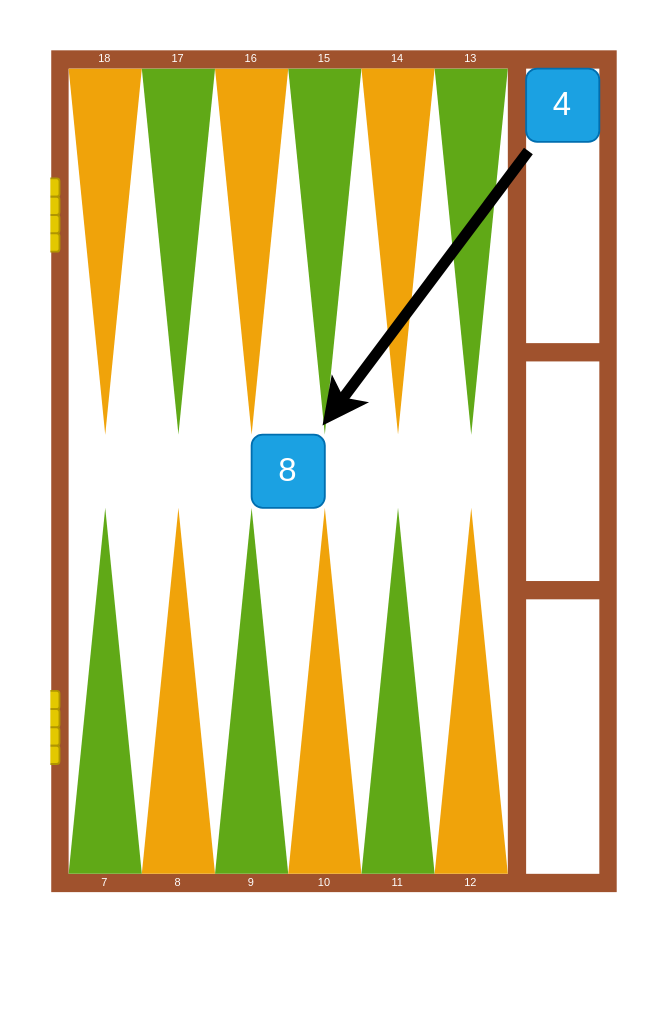
Earlier version of the draw.io diagram page "Kość w grze" (12 of 12) of schematy.drawio (damjes/nardy-zasady). Source tidied: cells renumbered, new cells numbered last; positions are measured from the earlier drawing's top-left corner, leaving out a move shared by most shapes. Both pictures are drawn from the tidied source at 183%, with x=0, y=0 at pixel (31, 31).
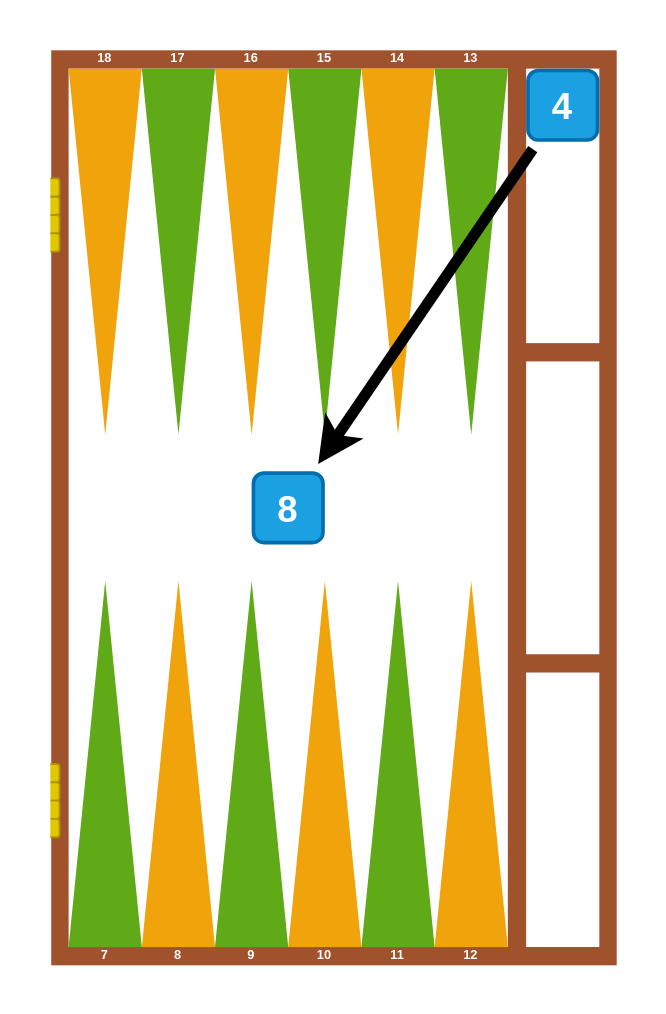
After the change.

The edit, as a diff of the source:
```diff
@@
-    <mxCell id="2" style="rounded=0;whiteSpace=wrap;html=1;strokeColor=none;" parent="1" vertex="1">
-      <mxGeometry width="330" height="480" as="geometry" />
+    <mxCell id="2" style="rounded=0;whiteSpace=wrap;html=1;strokeColor=none;fontFamily=Libertinus Serif;fontStyle=1;" parent="1" vertex="1">
+      <mxGeometry width="330" height="520" as="geometry" />
     </mxCell>
-    <mxCell id="3" style="rounded=0;whiteSpace=wrap;html=1;fillColor=#a0522d;fontColor=#ffffff;strokeColor=none;rotation=0;" parent="1" vertex="1">
-      <mxGeometry x="10.5" y="10" width="309" height="460" as="geometry" />
+    <mxCell id="3" style="rounded=0;whiteSpace=wrap;html=1;fillColor=#a0522d;fontColor=#ffffff;strokeColor=none;rotation=0;fontFamily=Libertinus Serif;fontStyle=1;" parent="1" vertex="1">
+      <mxGeometry x="10.5" y="10" width="309" height="500" as="geometry" />
     </mxCell>
-    <mxCell id="4" style="rounded=0;whiteSpace=wrap;html=1;strokeColor=none;" parent="1" vertex="1">
-      <mxGeometry x="20" y="20" width="240" height="440" as="geometry" />
+    <mxCell id="4" style="rounded=0;whiteSpace=wrap;html=1;strokeColor=none;fontFamily=Libertinus Serif;fontStyle=1;" parent="1" vertex="1">
+      <mxGeometry x="20" y="20" width="240" height="480" as="geometry" />
     </mxCell>
-    <mxCell id="5" style="triangle;whiteSpace=wrap;html=1;direction=south;strokeColor=none;fillColor=#f0a30a;fontColor=#000000;" parent="1" vertex="1">
+    <mxCell id="5" style="triangle;whiteSpace=wrap;html=1;direction=south;strokeColor=none;fillColor=#f0a30a;fontColor=#000000;fontFamily=Libertinus Serif;fontStyle=1;" parent="1" vertex="1">
       <mxGeometry x="20" y="20" width="40" height="200" as="geometry" />
     </mxCell>
-    <mxCell id="6" style="triangle;whiteSpace=wrap;html=1;direction=south;strokeColor=none;fillColor=#60a917;fontColor=#ffffff;" parent="1" vertex="1">
+    <mxCell id="6" style="triangle;whiteSpace=wrap;html=1;direction=south;strokeColor=none;fillColor=#60a917;fontColor=#ffffff;fontFamily=Libertinus Serif;fontStyle=1;" parent="1" vertex="1">
       <mxGeometry x="60" y="20" width="40" height="200" as="geometry" />
     </mxCell>
-    <mxCell id="7" style="triangle;whiteSpace=wrap;html=1;direction=south;strokeColor=none;fillColor=#f0a30a;fontColor=#000000;" parent="1" vertex="1">
+    <mxCell id="7" style="triangle;whiteSpace=wrap;html=1;direction=south;strokeColor=none;fillColor=#f0a30a;fontColor=#000000;fontFamily=Libertinus Serif;fontStyle=1;" parent="1" vertex="1">
       <mxGeometry x="100" y="20" width="40" height="200" as="geometry" />
     </mxCell>
-    <mxCell id="8" style="triangle;whiteSpace=wrap;html=1;direction=south;strokeColor=none;fillColor=#60a917;fontColor=#ffffff;" parent="1" vertex="1">
+    <mxCell id="8" style="triangle;whiteSpace=wrap;html=1;direction=south;strokeColor=none;fillColor=#60a917;fontColor=#ffffff;fontFamily=Libertinus Serif;fontStyle=1;" parent="1" vertex="1">
       <mxGeometry x="140" y="20" width="40" height="200" as="geometry" />
     </mxCell>
-    <mxCell id="9" style="triangle;whiteSpace=wrap;html=1;direction=south;strokeColor=none;fillColor=#f0a30a;fontColor=#000000;" parent="1" vertex="1">
+    <mxCell id="9" style="triangle;whiteSpace=wrap;html=1;direction=south;strokeColor=none;fillColor=#f0a30a;fontColor=#000000;fontFamily=Libertinus Serif;fontStyle=1;" parent="1" vertex="1">
       <mxGeometry x="180" y="20" width="40" height="200" as="geometry" />
     </mxCell>
-    <mxCell id="10" style="triangle;whiteSpace=wrap;html=1;direction=south;strokeColor=none;fillColor=#60a917;fontColor=#ffffff;" parent="1" vertex="1">
+    <mxCell id="10" style="triangle;whiteSpace=wrap;html=1;direction=south;strokeColor=none;fillColor=#60a917;fontColor=#ffffff;fontFamily=Libertinus Serif;fontStyle=1;" parent="1" vertex="1">
       <mxGeometry x="220" y="20" width="40" height="200" as="geometry" />
     </mxCell>
-    <mxCell id="11" style="triangle;whiteSpace=wrap;html=1;direction=north;strokeColor=none;fillColor=#f0a30a;fontColor=#000000;" parent="1" vertex="1">
-      <mxGeometry x="60" y="260" width="40" height="200" as="geometry" />
+    <mxCell id="11" style="triangle;whiteSpace=wrap;html=1;direction=north;strokeColor=none;fillColor=#f0a30a;fontColor=#000000;fontFamily=Libertinus Serif;fontStyle=1;" parent="1" vertex="1">
+      <mxGeometry x="60" y="300" width="40" height="200" as="geometry" />
     </mxCell>
-    <mxCell id="12" style="triangle;whiteSpace=wrap;html=1;direction=north;strokeColor=none;fillColor=#60a917;fontColor=#ffffff;" parent="1" vertex="1">
-      <mxGeometry x="20" y="260" width="40" height="200" as="geometry" />
+    <mxCell id="12" style="triangle;whiteSpace=wrap;html=1;direction=north;strokeColor=none;fillColor=#60a917;fontColor=#ffffff;fontFamily=Libertinus Serif;fontStyle=1;" parent="1" vertex="1">
+      <mxGeometry x="20" y="300" width="40" height="200" as="geometry" />
     </mxCell>
-    <mxCell id="13" style="triangle;whiteSpace=wrap;html=1;direction=north;strokeColor=none;fillColor=#60a917;fontColor=#ffffff;" parent="1" vertex="1">
-      <mxGeometry x="100" y="260" width="40" height="200" as="geometry" />
+    <mxCell id="13" style="triangle;whiteSpace=wrap;html=1;direction=north;strokeColor=none;fillColor=#60a917;fontColor=#ffffff;fontFamily=Libertinus Serif;fontStyle=1;" parent="1" vertex="1">
+      <mxGeometry x="100" y="300" width="40" height="200" as="geometry" />
     </mxCell>
-    <mxCell id="14" style="triangle;whiteSpace=wrap;html=1;direction=north;strokeColor=none;fillColor=#f0a30a;fontColor=#000000;" parent="1" vertex="1">
-      <mxGeometry x="140" y="260" width="40" height="200" as="geometry" />
+    <mxCell id="14" style="triangle;whiteSpace=wrap;html=1;direction=north;strokeColor=none;fillColor=#f0a30a;fontColor=#000000;fontFamily=Libertinus Serif;fontStyle=1;" parent="1" vertex="1">
+      <mxGeometry x="140" y="300" width="40" height="200" as="geometry" />
     </mxCell>
-    <mxCell id="15" style="triangle;whiteSpace=wrap;html=1;direction=north;strokeColor=none;fillColor=#60a917;fontColor=#ffffff;" parent="1" vertex="1">
-      <mxGeometry x="180" y="260" width="40" height="200" as="geometry" />
+    <mxCell id="15" style="triangle;whiteSpace=wrap;html=1;direction=north;strokeColor=none;fillColor=#60a917;fontColor=#ffffff;fontFamily=Libertinus Serif;fontStyle=1;" parent="1" vertex="1">
+      <mxGeometry x="180" y="300" width="40" height="200" as="geometry" />
     </mxCell>
-    <mxCell id="16" style="triangle;whiteSpace=wrap;html=1;direction=north;strokeColor=none;fillColor=#f0a30a;fontColor=#000000;" parent="1" vertex="1">
-      <mxGeometry x="220" y="260" width="40" height="200" as="geometry" />
+    <mxCell id="16" style="triangle;whiteSpace=wrap;html=1;direction=north;strokeColor=none;fillColor=#f0a30a;fontColor=#000000;fontFamily=Libertinus Serif;fontStyle=1;" parent="1" vertex="1">
+      <mxGeometry x="220" y="300" width="40" height="200" as="geometry" />
     </mxCell>
-    <mxCell id="17" value="18" style="text;html=1;align=center;verticalAlign=middle;whiteSpace=wrap;rounded=0;fontColor=#FFFFFF;fontSize=6;" parent="1" vertex="1">
+    <mxCell id="17" value="18" style="text;html=1;align=center;verticalAlign=middle;whiteSpace=wrap;rounded=0;fontColor=#FFFFFF;fontSize=7;fontFamily=Libertinus Serif;fontStyle=1;" parent="1" vertex="1">
       <mxGeometry x="20" y="10" width="40" height="10" as="geometry" />
     </mxCell>
-    <mxCell id="18" value="17" style="text;html=1;align=center;verticalAlign=middle;whiteSpace=wrap;rounded=0;fontColor=#FFFFFF;fontSize=6;" parent="1" vertex="1">
+    <mxCell id="18" value="17" style="text;html=1;align=center;verticalAlign=middle;whiteSpace=wrap;rounded=0;fontColor=#FFFFFF;fontSize=7;fontFamily=Libertinus Serif;fontStyle=1;" parent="1" vertex="1">
       <mxGeometry x="60" y="10" width="40" height="10" as="geometry" />
     </mxCell>
-    <mxCell id="19" value="16" style="text;html=1;align=center;verticalAlign=middle;whiteSpace=wrap;rounded=0;fontColor=#FFFFFF;fontSize=6;" parent="1" vertex="1">
+    <mxCell id="19" value="16" style="text;html=1;align=center;verticalAlign=middle;whiteSpace=wrap;rounded=0;fontColor=#FFFFFF;fontSize=7;fontFamily=Libertinus Serif;fontStyle=1;" parent="1" vertex="1">
       <mxGeometry x="100" y="10" width="40" height="10" as="geometry" />
     </mxCell>
-    <mxCell id="20" value="15" style="text;html=1;align=center;verticalAlign=middle;whiteSpace=wrap;rounded=0;fontColor=#FFFFFF;fontSize=6;" parent="1" vertex="1">
+    <mxCell id="20" value="15" style="text;html=1;align=center;verticalAlign=middle;whiteSpace=wrap;rounded=0;fontColor=#FFFFFF;fontSize=7;fontFamily=Libertinus Serif;fontStyle=1;" parent="1" vertex="1">
       <mxGeometry x="140" y="10" width="40" height="10" as="geometry" />
     </mxCell>
-    <mxCell id="21" value="14" style="text;html=1;align=center;verticalAlign=middle;whiteSpace=wrap;rounded=0;fontColor=#FFFFFF;fontSize=6;" parent="1" vertex="1">
+    <mxCell id="21" value="14" style="text;html=1;align=center;verticalAlign=middle;whiteSpace=wrap;rounded=0;fontColor=#FFFFFF;fontSize=7;fontFamily=Libertinus Serif;fontStyle=1;" parent="1" vertex="1">
       <mxGeometry x="180" y="10" width="40" height="10" as="geometry" />
     </mxCell>
-    <mxCell id="22" value="13" style="text;html=1;align=center;verticalAlign=middle;whiteSpace=wrap;rounded=0;fontColor=#FFFFFF;fontSize=6;" parent="1" vertex="1">
+    <mxCell id="22" value="13" style="text;html=1;align=center;verticalAlign=middle;whiteSpace=wrap;rounded=0;fontColor=#FFFFFF;fontSize=7;fontFamily=Libertinus Serif;fontStyle=1;" parent="1" vertex="1">
       <mxGeometry x="220" y="10" width="40" height="10" as="geometry" />
     </mxCell>
-    <mxCell id="23" value="12" style="text;html=1;align=center;verticalAlign=middle;whiteSpace=wrap;rounded=0;fontColor=#FFFFFF;fontSize=6;" parent="1" vertex="1">
-      <mxGeometry x="220" y="460" width="40" height="10" as="geometry" />
+    <mxCell id="23" value="12" style="text;html=1;align=center;verticalAlign=middle;whiteSpace=wrap;rounded=0;fontColor=#FFFFFF;fontSize=7;fontFamily=Libertinus Serif;fontStyle=1;" parent="1" vertex="1">
+      <mxGeometry x="220" y="500" width="40" height="10" as="geometry" />
     </mxCell>
-    <mxCell id="24" value="11" style="text;html=1;align=center;verticalAlign=middle;whiteSpace=wrap;rounded=0;fontColor=#FFFFFF;fontSize=6;" parent="1" vertex="1">
-      <mxGeometry x="180" y="460" width="40" height="10" as="geometry" />
+    <mxCell id="24" value="11" style="text;html=1;align=center;verticalAlign=middle;whiteSpace=wrap;rounded=0;fontColor=#FFFFFF;fontSize=7;fontFamily=Libertinus Serif;fontStyle=1;" parent="1" vertex="1">
+      <mxGeometry x="180" y="500" width="40" height="10" as="geometry" />
     </mxCell>
-    <mxCell id="25" value="10" style="text;html=1;align=center;verticalAlign=middle;whiteSpace=wrap;rounded=0;fontColor=#FFFFFF;fontSize=6;" parent="1" vertex="1">
-      <mxGeometry x="140" y="460" width="40" height="10" as="geometry" />
+    <mxCell id="25" value="10" style="text;html=1;align=center;verticalAlign=middle;whiteSpace=wrap;rounded=0;fontColor=#FFFFFF;fontSize=7;fontFamily=Libertinus Serif;fontStyle=1;" parent="1" vertex="1">
+      <mxGeometry x="140" y="500" width="40" height="10" as="geometry" />
     </mxCell>
-    <mxCell id="26" value="9" style="text;html=1;align=center;verticalAlign=middle;whiteSpace=wrap;rounded=0;fontColor=#FFFFFF;fontSize=6;" parent="1" vertex="1">
-      <mxGeometry x="100" y="460" width="40" height="10" as="geometry" />
+    <mxCell id="26" value="9" style="text;html=1;align=center;verticalAlign=middle;whiteSpace=wrap;rounded=0;fontColor=#FFFFFF;fontSize=7;fontFamily=Libertinus Serif;fontStyle=1;" parent="1" vertex="1">
+      <mxGeometry x="100" y="500" width="40" height="10" as="geometry" />
     </mxCell>
-    <mxCell id="27" value="8" style="text;html=1;align=center;verticalAlign=middle;whiteSpace=wrap;rounded=0;fontColor=#FFFFFF;fontSize=6;" parent="1" vertex="1">
-      <mxGeometry x="60" y="460" width="40" height="10" as="geometry" />
+    <mxCell id="27" value="8" style="text;html=1;align=center;verticalAlign=middle;whiteSpace=wrap;rounded=0;fontColor=#FFFFFF;fontSize=7;fontFamily=Libertinus Serif;fontStyle=1;" parent="1" vertex="1">
+      <mxGeometry x="60" y="500" width="40" height="10" as="geometry" />
     </mxCell>
-    <mxCell id="28" value="7" style="text;html=1;align=center;verticalAlign=middle;whiteSpace=wrap;rounded=0;fontColor=#FFFFFF;fontSize=6;" parent="1" vertex="1">
-      <mxGeometry x="20" y="460" width="40" height="10" as="geometry" />
+    <mxCell id="28" value="7" style="text;html=1;align=center;verticalAlign=middle;whiteSpace=wrap;rounded=0;fontColor=#FFFFFF;fontSize=7;fontFamily=Libertinus Serif;fontStyle=1;" parent="1" vertex="1">
+      <mxGeometry x="20" y="500" width="40" height="10" as="geometry" />
     </mxCell>
-    <mxCell id="29" style="rounded=0;whiteSpace=wrap;html=1;strokeColor=none;" parent="1" vertex="1">
+    <mxCell id="29" style="rounded=0;whiteSpace=wrap;html=1;strokeColor=none;fontFamily=Libertinus Serif;fontStyle=1;" parent="1" vertex="1">
       <mxGeometry x="270" y="20" width="40" height="150" as="geometry" />
     </mxCell>
-    <mxCell id="30" style="rounded=0;whiteSpace=wrap;html=1;strokeColor=none;" parent="1" vertex="1">
-      <mxGeometry x="270" y="180" width="40" height="120" as="geometry" />
+    <mxCell id="30" style="rounded=0;whiteSpace=wrap;html=1;strokeColor=none;fontFamily=Libertinus Serif;fontStyle=1;" parent="1" vertex="1">
+      <mxGeometry x="270" y="180" width="40" height="160" as="geometry" />
     </mxCell>
-    <mxCell id="31" style="rounded=0;whiteSpace=wrap;html=1;strokeColor=none;" parent="1" vertex="1">
-      <mxGeometry x="270" y="310" width="40" height="150" as="geometry" />
+    <mxCell id="31" style="rounded=0;whiteSpace=wrap;html=1;strokeColor=none;fontFamily=Libertinus Serif;fontStyle=1;" parent="1" vertex="1">
+      <mxGeometry x="270" y="350" width="40" height="150" as="geometry" />
     </mxCell>
-    <mxCell id="32" style="group;" parent="1" vertex="1">
+    <mxCell id="32" style="group;fontFamily=Libertinus Serif;fontStyle=1;" parent="1" vertex="1">
       <mxGeometry x="220" y="20" width="40" height="40" as="geometry" />
     </mxCell>
-    <mxCell id="33" style="whiteSpace=wrap;html=1;fillColor=none;strokeColor=none;" parent="32" vertex="1">
+    <mxCell id="33" style="whiteSpace=wrap;html=1;fillColor=none;strokeColor=none;fontFamily=Libertinus Serif;fontStyle=1;" parent="32" vertex="1">
       <mxGeometry width="40" height="40" as="geometry" />
     </mxCell>
-    <mxCell id="34" style="group;" parent="1" vertex="1">
+    <mxCell id="34" style="group;fontFamily=Libertinus Serif;fontStyle=1;" parent="1" vertex="1">
       <mxGeometry x="60" y="20" width="40" height="40" as="geometry" />
     </mxCell>
-    <mxCell id="35" style="whiteSpace=wrap;html=1;fillColor=none;strokeColor=none;" parent="34" vertex="1">
+    <mxCell id="35" style="whiteSpace=wrap;html=1;fillColor=none;strokeColor=none;fontFamily=Libertinus Serif;fontStyle=1;" parent="34" vertex="1">
       <mxGeometry width="40" height="40" as="geometry" />
     </mxCell>
-    <mxCell id="36" value="4" style="rounded=1;whiteSpace=wrap;html=1;fillColor=#1ba1e2;strokeColor=#006EAF;fontColor=#ffffff;fontSize=18;direction=east;textDirection=ltr;verticalAlign=middle;horizontal=1;flipV=0;flipH=0;" parent="1" vertex="1">
-      <mxGeometry x="270" y="20" width="40" height="40" as="geometry" />
+    <mxCell id="36" value="4" style="rounded=1;whiteSpace=wrap;html=1;fillColor=#1ba1e2;strokeColor=#006EAF;fontColor=#ffffff;fontSize=20;direction=east;textDirection=ltr;verticalAlign=middle;horizontal=1;flipV=0;flipH=0;fontFamily=Libertinus Serif;fontStyle=1;strokeWidth=2;align=center;" parent="1" vertex="1">
+      <mxGeometry x="271" y="21" width="38" height="38" as="geometry" />
     </mxCell>
-    <mxCell id="37" value="8" style="rounded=1;whiteSpace=wrap;html=1;fillColor=#1ba1e2;strokeColor=#006EAF;fontColor=#ffffff;fontSize=18;" parent="1" vertex="1">
-      <mxGeometry x="120" y="220" width="40" height="40" as="geometry" />
+    <mxCell id="37" value="8" style="rounded=1;whiteSpace=wrap;html=1;fillColor=#1ba1e2;strokeColor=#006EAF;fontColor=#ffffff;fontSize=20;fontFamily=Libertinus Serif;fontStyle=1;strokeWidth=2;align=center;verticalAlign=middle;" parent="1" vertex="1">
+      <mxGeometry x="121" y="241" width="38" height="38" as="geometry" />
     </mxCell>
-    <mxCell id="38" style="endArrow=classic;html=1;rounded=0;strokeWidth=6;targetPerimeterSpacing=5;sourcePerimeterSpacing=5;" parent="1" edge="1" source="36" target="37">
+    <mxCell id="38" style="endArrow=classic;html=1;rounded=0;strokeWidth=6;targetPerimeterSpacing=5;sourcePerimeterSpacing=5;fontFamily=Libertinus Serif;fontStyle=1;" parent="1" edge="1" source="36" target="37">
       <mxGeometry relative="1" as="geometry" />
     </mxCell>
-    <mxCell id="39" style="group;" parent="1" vertex="1">
-      <mxGeometry y="350" width="20" height="60" as="geometry" />
+    <mxCell id="39" style="group;fontFamily=Libertinus Serif;fontStyle=1;" parent="1" vertex="1">
+      <mxGeometry y="390" width="20" height="60" as="geometry" />
     </mxCell>
-    <mxCell id="40" style="rounded=0;whiteSpace=wrap;html=1;strokeColor=none;fillColor=none;" parent="39" vertex="1">
+    <mxCell id="40" style="rounded=0;whiteSpace=wrap;html=1;strokeColor=none;fillColor=none;fontFamily=Libertinus Serif;fontStyle=1;" parent="39" vertex="1">
       <mxGeometry width="20" height="60" as="geometry" />
     </mxCell>
-    <mxCell id="41" style="rounded=1;whiteSpace=wrap;html=1;fillColor=#e3c800;fontColor=#000000;strokeColor=#B09500;" parent="39" vertex="1">
+    <mxCell id="41" style="rounded=1;whiteSpace=wrap;html=1;fillColor=#e3c800;fontColor=#000000;strokeColor=#B09500;fontFamily=Libertinus Serif;fontStyle=1;" parent="39" vertex="1">
       <mxGeometry x="5" y="10" width="10" height="10" as="geometry" />
     </mxCell>
-    <mxCell id="42" style="rounded=1;whiteSpace=wrap;html=1;fillColor=#e3c800;fontColor=#000000;strokeColor=#B09500;" parent="39" vertex="1">
+    <mxCell id="42" style="rounded=1;whiteSpace=wrap;html=1;fillColor=#e3c800;fontColor=#000000;strokeColor=#B09500;fontFamily=Libertinus Serif;fontStyle=1;" parent="39" vertex="1">
       <mxGeometry x="5" y="20" width="10" height="10" as="geometry" />
     </mxCell>
-    <mxCell id="43" style="rounded=1;whiteSpace=wrap;html=1;fillColor=#e3c800;fontColor=#000000;strokeColor=#B09500;" parent="39" vertex="1">
+    <mxCell id="43" style="rounded=1;whiteSpace=wrap;html=1;fillColor=#e3c800;fontColor=#000000;strokeColor=#B09500;fontFamily=Libertinus Serif;fontStyle=1;" parent="39" vertex="1">
       <mxGeometry x="5" y="30" width="10" height="10" as="geometry" />
     </mxCell>
-    <mxCell id="44" style="rounded=1;whiteSpace=wrap;html=1;fillColor=#e3c800;fontColor=#000000;strokeColor=#B09500;" parent="39" vertex="1">
+    <mxCell id="44" style="rounded=1;whiteSpace=wrap;html=1;fillColor=#e3c800;fontColor=#000000;strokeColor=#B09500;fontFamily=Libertinus Serif;fontStyle=1;" parent="39" vertex="1">
       <mxGeometry x="5" y="40" width="10" height="10" as="geometry" />
     </mxCell>
-    <mxCell id="45" style="group;" parent="1" vertex="1">
+    <mxCell id="45" style="group;fontFamily=Libertinus Serif;fontStyle=1;" parent="1" vertex="1">
       <mxGeometry y="70" width="20" height="60" as="geometry" />
     </mxCell>
-    <mxCell id="46" style="rounded=0;whiteSpace=wrap;html=1;strokeColor=none;fillColor=none;" parent="45" vertex="1">
+    <mxCell id="46" style="rounded=0;whiteSpace=wrap;html=1;strokeColor=none;fillColor=none;fontFamily=Libertinus Serif;fontStyle=1;" parent="45" vertex="1">
       <mxGeometry width="20" height="60" as="geometry" />
     </mxCell>
-    <mxCell id="47" style="rounded=1;whiteSpace=wrap;html=1;fillColor=#e3c800;fontColor=#000000;strokeColor=#B09500;" parent="45" vertex="1">
+    <mxCell id="47" style="rounded=1;whiteSpace=wrap;html=1;fillColor=#e3c800;fontColor=#000000;strokeColor=#B09500;fontFamily=Libertinus Serif;fontStyle=1;" parent="45" vertex="1">
       <mxGeometry x="5" y="10" width="10" height="10" as="geometry" />
     </mxCell>
-    <mxCell id="48" style="rounded=1;whiteSpace=wrap;html=1;fillColor=#e3c800;fontColor=#000000;strokeColor=#B09500;" parent="45" vertex="1">
+    <mxCell id="48" style="rounded=1;whiteSpace=wrap;html=1;fillColor=#e3c800;fontColor=#000000;strokeColor=#B09500;fontFamily=Libertinus Serif;fontStyle=1;" parent="45" vertex="1">
       <mxGeometry x="5" y="20" width="10" height="10" as="geometry" />
     </mxCell>
-    <mxCell id="49" style="rounded=1;whiteSpace=wrap;html=1;fillColor=#e3c800;fontColor=#000000;strokeColor=#B09500;" parent="45" vertex="1">
+    <mxCell id="49" style="rounded=1;whiteSpace=wrap;html=1;fillColor=#e3c800;fontColor=#000000;strokeColor=#B09500;fontFamily=Libertinus Serif;fontStyle=1;" parent="45" vertex="1">
       <mxGeometry x="5" y="30" width="10" height="10" as="geometry" />
     </mxCell>
-    <mxCell id="50" style="rounded=1;whiteSpace=wrap;html=1;fillColor=#e3c800;fontColor=#000000;strokeColor=#B09500;" parent="45" vertex="1">
+    <mxCell id="50" style="rounded=1;whiteSpace=wrap;html=1;fillColor=#e3c800;fontColor=#000000;strokeColor=#B09500;fontFamily=Libertinus Serif;fontStyle=1;" parent="45" vertex="1">
       <mxGeometry x="5" y="40" width="10" height="10" as="geometry" />
     </mxCell>
-    <mxCell id="51" style="rounded=0;whiteSpace=wrap;html=1;strokeColor=none;" parent="1" vertex="1">
+    <mxCell id="51" style="rounded=0;whiteSpace=wrap;html=1;strokeColor=none;fontFamily=Libertinus Serif;fontStyle=1;" parent="1" vertex="1">
       <mxGeometry y="10" width="10" height="460" as="geometry" />
     </mxCell>
```
